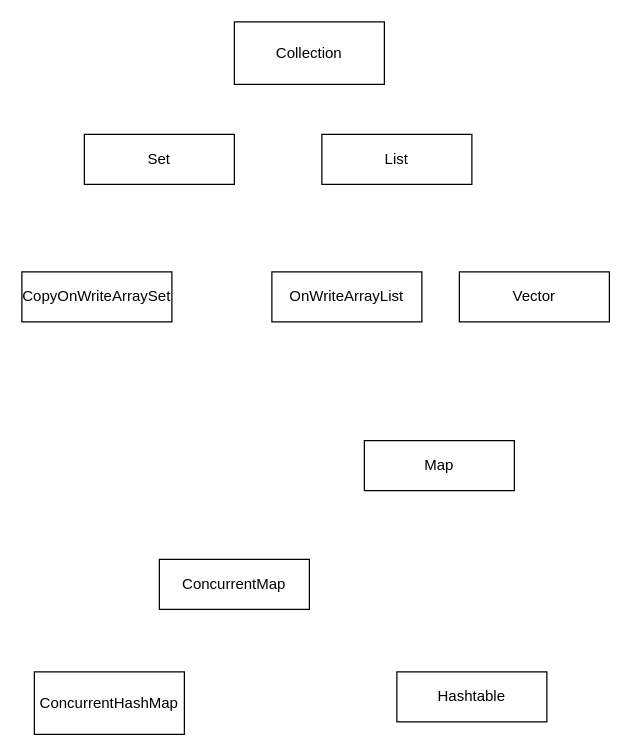
gitfortianye/hello-world keeps this draw.io diagram as collection.drawio. Above is the earlier version. Source tidied: cells renumbered, new cells numbered last; positions are measured from the earlier drawing's top-left corner, leaving out a move shared by most shapes. Both pictures are drawn from the tidied source at 125%, with x=0, y=0 at pixel (21, 21).
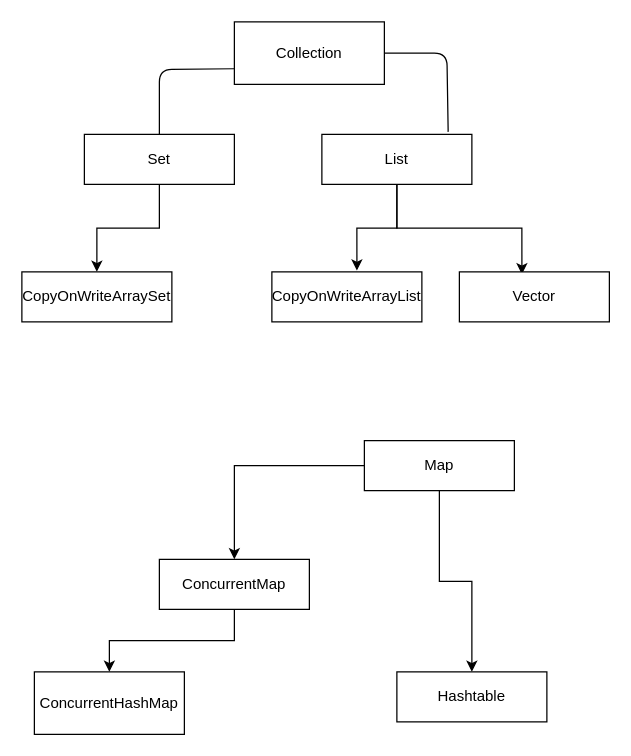
The same diagram, later.

The change refers to these unchanged cells:
```xml
<mxCell id="2" value="Collection" style="rounded=0;whiteSpace=wrap;html=1;" parent="1" vertex="1">
  <mxGeometry x="170" width="120" height="50" as="geometry" />
</mxCell>
<mxCell id="3" value="Set" style="rounded=0;whiteSpace=wrap;html=1;" parent="1" vertex="1">
  <mxGeometry x="50" y="90" width="120" height="40" as="geometry" />
</mxCell>
<mxCell id="4" value="List" style="rounded=0;whiteSpace=wrap;html=1;" parent="1" vertex="1">
  <mxGeometry x="240" y="90" width="120" height="40" as="geometry" />
</mxCell>
<mxCell id="7" value="Vector" style="rounded=0;whiteSpace=wrap;html=1;" parent="1" vertex="1">
  <mxGeometry x="350" y="200" width="120" height="40" as="geometry" />
</mxCell>
<mxCell id="8" value="Map" style="rounded=0;whiteSpace=wrap;html=1;" parent="1" vertex="1">
  <mxGeometry x="274" y="335" width="120" height="40" as="geometry" />
</mxCell>
<mxCell id="9" value="ConcurrentMap" style="rounded=0;whiteSpace=wrap;html=1;" parent="1" vertex="1">
  <mxGeometry x="110" y="430" width="120" height="40" as="geometry" />
</mxCell>
<mxCell id="10" value="ConcurrentHashMap" style="rounded=0;whiteSpace=wrap;html=1;" parent="1" vertex="1">
  <mxGeometry x="10" y="520" width="120" height="50" as="geometry" />
</mxCell>
<mxCell id="11" value="Hashtable" style="rounded=0;whiteSpace=wrap;html=1;" parent="1" vertex="1">
  <mxGeometry x="300" y="520" width="120" height="40" as="geometry" />
</mxCell>
```

The edit, as a diff of the source:
```diff
@@
+    <mxCell id="12" style="edgeStyle=orthogonalEdgeStyle;rounded=0;jettySize=auto;html=1;entryX=0.5;entryY=0;entryDx=0;entryDy=0;" parent="1" edge="1" source="3" target="5">
+      <mxGeometry relative="1" as="geometry" />
+    </mxCell>
@@
+    <mxCell id="13" style="edgeStyle=orthogonalEdgeStyle;rounded=0;jettySize=auto;html=1;entryX=0.567;entryY=-0.025;entryDx=0;entryDy=0;entryPerimeter=0;" parent="1" edge="1" source="4" target="6">
+      <mxGeometry relative="1" as="geometry" />
+    </mxCell>
+    <mxCell id="14" style="edgeStyle=orthogonalEdgeStyle;rounded=0;jettySize=auto;html=1;entryX=0.417;entryY=0.05;entryDx=0;entryDy=0;entryPerimeter=0;" parent="1" edge="1" source="4" target="7">
+      <mxGeometry relative="1" as="geometry" />
+    </mxCell>
+    <mxCell id="5" value="CopyOnWriteArraySet" style="rounded=0;whiteSpace=wrap;html=1;" parent="1" vertex="1">
+      <mxGeometry y="200" width="120" height="40" as="geometry" />
+    </mxCell>
@@
-    <mxCell id="5" value="CopyOnWriteArraySet" style="rounded=0;whiteSpace=wrap;html=1;" parent="1" vertex="1">
-      <mxGeometry y="200" width="120" height="40" as="geometry" />
-    </mxCell>
-    <mxCell id="6" value="OnWriteArrayList" style="rounded=0;whiteSpace=wrap;html=1;" parent="1" vertex="1">
+    <mxCell id="6" value="CopyOnWriteArrayList" style="rounded=0;whiteSpace=wrap;html=1;" parent="1" vertex="1">
       <mxGeometry x="200" y="200" width="120" height="40" as="geometry" />
     </mxCell>
@@
+    <mxCell id="15" style="edgeStyle=orthogonalEdgeStyle;rounded=0;jettySize=auto;html=1;entryX=0.5;entryY=0;entryDx=0;entryDy=0;" parent="1" edge="1" source="8" target="9">
+      <mxGeometry relative="1" as="geometry" />
+    </mxCell>
+    <mxCell id="16" style="edgeStyle=orthogonalEdgeStyle;rounded=0;jettySize=auto;html=1;" parent="1" edge="1" source="8" target="11">
+      <mxGeometry relative="1" as="geometry" />
+    </mxCell>
+    <mxCell id="17" style="edgeStyle=orthogonalEdgeStyle;rounded=0;jettySize=auto;html=1;entryX=0.5;entryY=0;entryDx=0;entryDy=0;" parent="1" edge="1" source="9" target="10">
+      <mxGeometry relative="1" as="geometry" />
+    </mxCell>
@@
+    <mxCell id="18" style="endArrow=none;html=1;entryX=1;entryY=0.5;entryDx=0;entryDy=0;exitX=0.842;exitY=-0.05;exitDx=0;exitDy=0;exitPerimeter=0;" parent="1" edge="1" source="4" target="2">
+      <mxGeometry relative="1" as="geometry">
+        <Array as="points">
+          <mxPoint x="340" y="25" />
+        </Array>
+      </mxGeometry>
+    </mxCell>
+    <mxCell id="19" style="endArrow=none;html=1;entryX=0;entryY=0.75;entryDx=0;entryDy=0;" parent="1" edge="1" target="2">
+      <mxGeometry relative="1" as="geometry">
+        <mxPoint x="110" y="90" as="sourcePoint" />
+        <Array as="points">
+          <mxPoint x="110" y="38" />
+        </Array>
+      </mxGeometry>
+    </mxCell>
```
